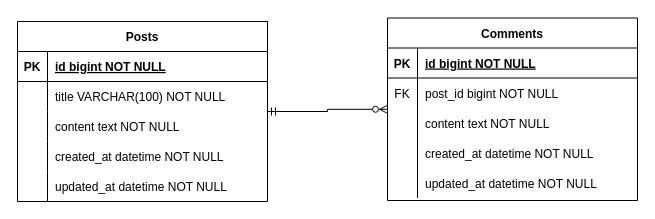
p-seonggeun/basic-board keeps this draw.io diagram as diagram/er-diagram.drawio. Above is the earlier version. Source tidied: cells renumbered, new cells numbered last; positions are measured from the earlier drawing's top-left corner, leaving out a move shared by most shapes. Both pictures are drawn from the tidied source at 100%, with x=0, y=0 at pixel (17, 18).
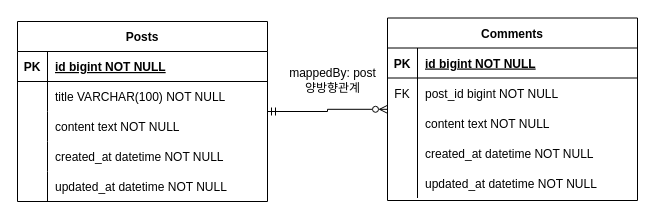
The same diagram, later.

Commit message (it also covers changes not shown here):
docs: 다이어그램 수정

The edit, as a diff of the source:
```diff
@@
+    <mxCell id="35" value="mappedBy: post&lt;br&gt;양방향관계" style="text;html=1;align=center;verticalAlign=middle;strokeColor=none;fillColor=none;" parent="1" vertex="1">
+      <mxGeometry x="260" y="42" width="110" height="40" as="geometry" />
+    </mxCell>
```
